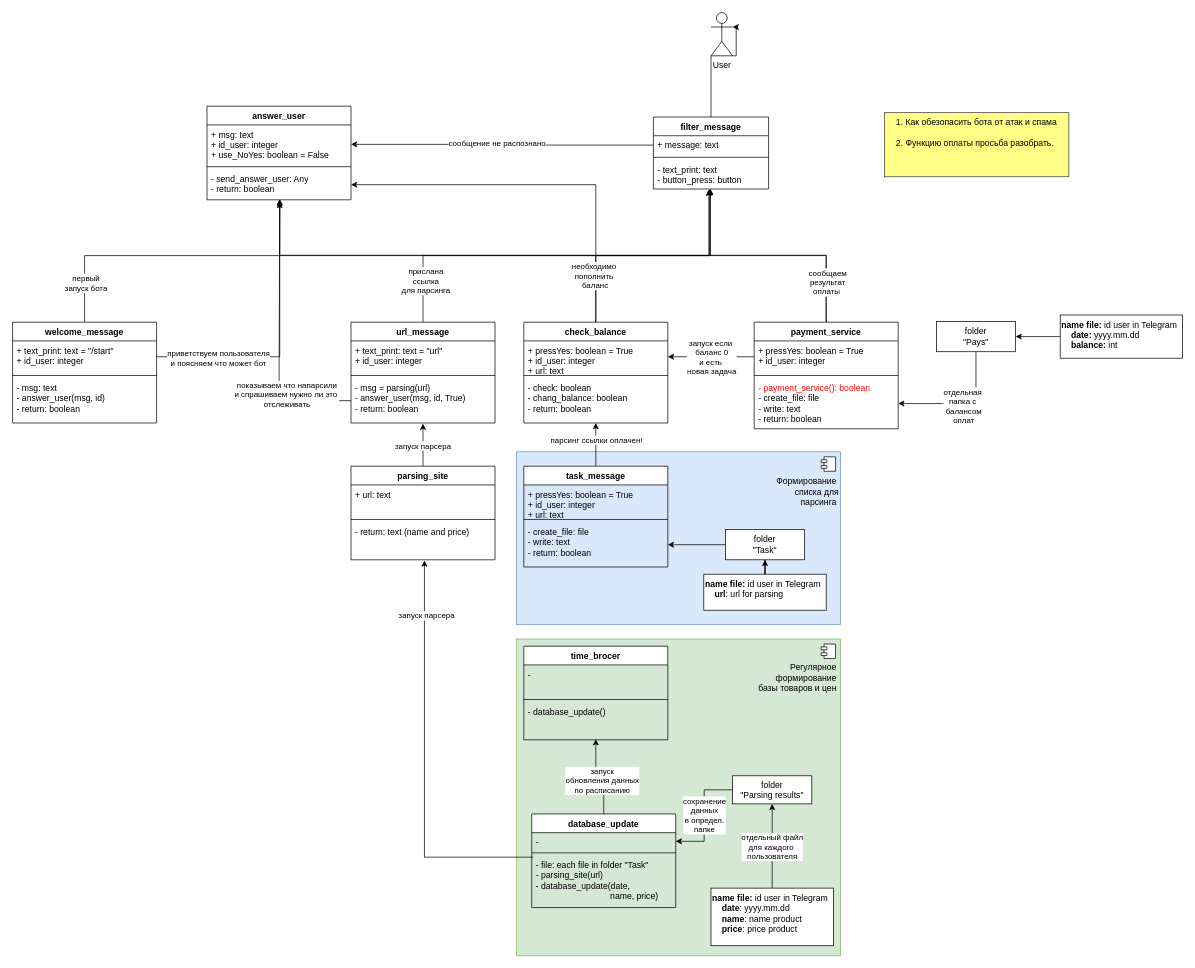
Arnoldig/Coursemc_final_work keeps this draw.io diagram as Functions for Telegram chatbot.drawio. Above is the earlier version. Source tidied: cells renumbered, new cells numbered last; positions are measured from the earlier drawing's top-left corner, leaving out a move shared by most shapes. Both pictures are drawn from the tidied source at 72%, with x=0, y=0 at pixel (12, 12).
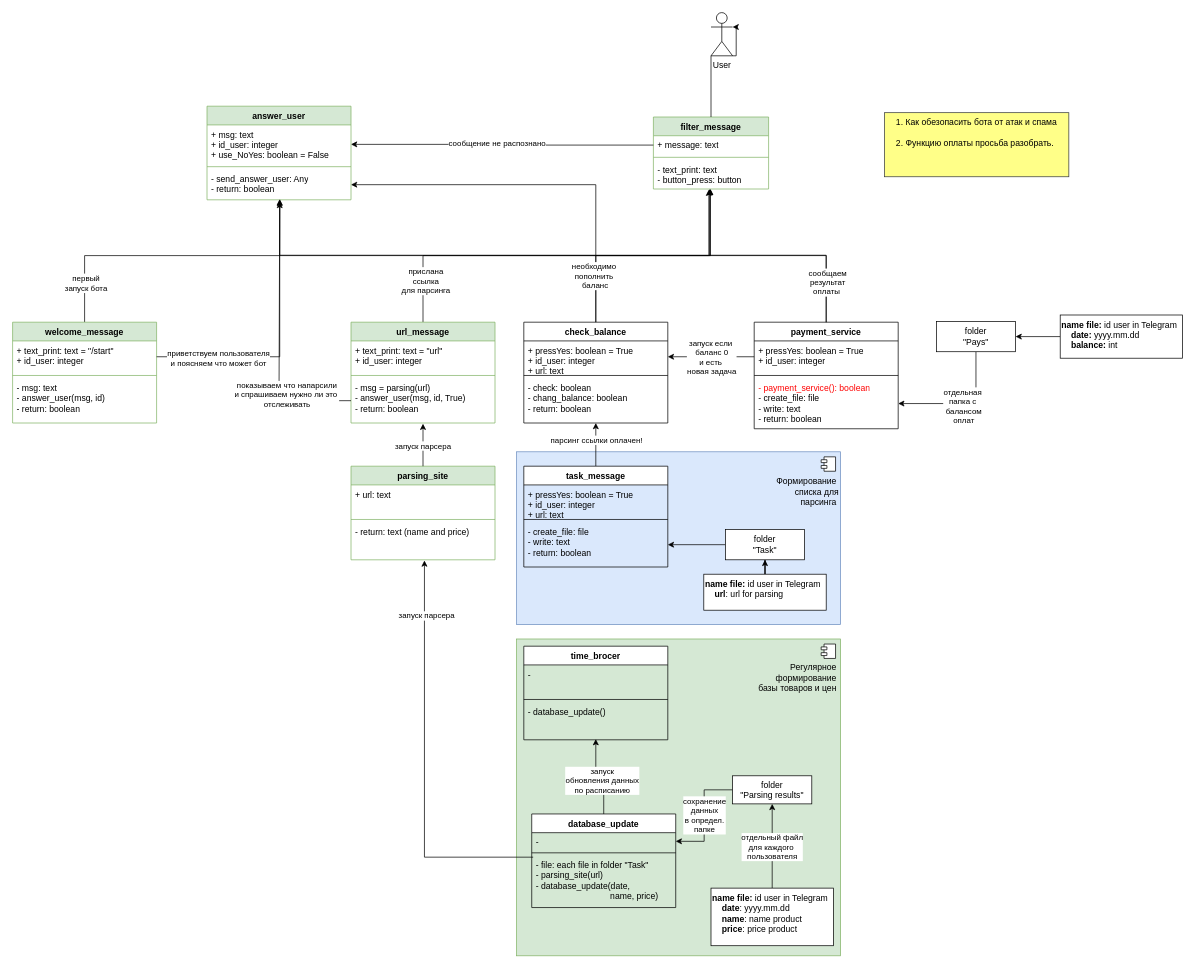
After the change.

Commit message:
Показал реализованные блоки

Diff of the diagram source:
```diff
@@
-    <mxCell id="6" value="filter_message" style="swimlane;fontStyle=1;align=center;verticalAlign=top;horizontal=1;startSize=26;whiteSpace=wrap;html=1;" parent="1" vertex="1">
+    <mxCell id="6" value="filter_message" style="swimlane;fontStyle=1;align=center;verticalAlign=top;horizontal=1;startSize=26;whiteSpace=wrap;html=1;fillColor=#d5e8d4;strokeColor=#82b366;" parent="1" vertex="1">
       <mxGeometry x="890" y="145" width="160" height="100" as="geometry" />
     </mxCell>
@@
-    <mxCell id="13" value="welcome_message" style="swimlane;fontStyle=1;align=center;verticalAlign=top;horizontal=1;startSize=26;whiteSpace=wrap;html=1;" parent="1" vertex="1">
+    <mxCell id="13" value="welcome_message" style="swimlane;fontStyle=1;align=center;verticalAlign=top;horizontal=1;startSize=26;whiteSpace=wrap;html=1;fillColor=#d5e8d4;strokeColor=#82b366;" parent="1" vertex="1">
       <mxGeometry y="430" width="200" height="140" as="geometry" />
     </mxCell>
@@
-    <mxCell id="17" value="answer_user" style="swimlane;fontStyle=1;align=center;verticalAlign=top;horizontal=1;startSize=26;whiteSpace=wrap;html=1;" parent="1" vertex="1">
+    <mxCell id="17" value="answer_user" style="swimlane;fontStyle=1;align=center;verticalAlign=top;horizontal=1;startSize=26;whiteSpace=wrap;html=1;fillColor=#d5e8d4;strokeColor=#82b366;" parent="1" vertex="1">
       <mxGeometry x="270" y="130" width="200" height="130" as="geometry" />
     </mxCell>
@@
-    <mxCell id="23" value="url_message" style="swimlane;fontStyle=1;align=center;verticalAlign=top;horizontal=1;startSize=26;whiteSpace=wrap;html=1;" parent="1" vertex="1">
+    <mxCell id="23" value="url_message" style="swimlane;fontStyle=1;align=center;verticalAlign=top;horizontal=1;startSize=26;whiteSpace=wrap;html=1;fillColor=#d5e8d4;strokeColor=#82b366;" parent="1" vertex="1">
       <mxGeometry x="470" y="430" width="200" height="140" as="geometry" />
     </mxCell>
@@
-    <mxCell id="27" value="parsing_site" style="swimlane;fontStyle=1;align=center;verticalAlign=top;horizontal=1;startSize=26;whiteSpace=wrap;html=1;" parent="1" vertex="1">
+    <mxCell id="27" value="parsing_site" style="swimlane;fontStyle=1;align=center;verticalAlign=top;horizontal=1;startSize=26;whiteSpace=wrap;html=1;fillColor=#d5e8d4;strokeColor=#82b366;" parent="1" vertex="1">
       <mxGeometry x="470" y="630" width="200" height="130" as="geometry" />
     </mxCell>
```
